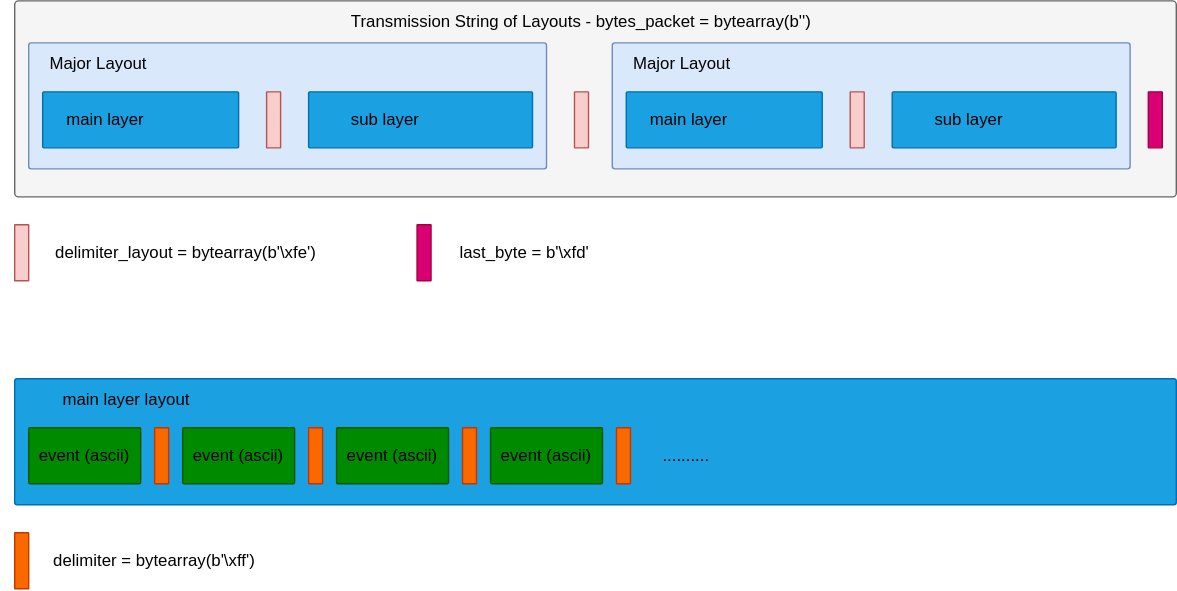
LYNXware/LYNXapp__version_3 keeps this draw.io diagram as readme/layout-transmition.svg. Above is the earlier version. Source tidied: cells renumbered, new cells last; positions are measured from the earlier drawing's top-left corner, leaving out a move shared by most shapes.
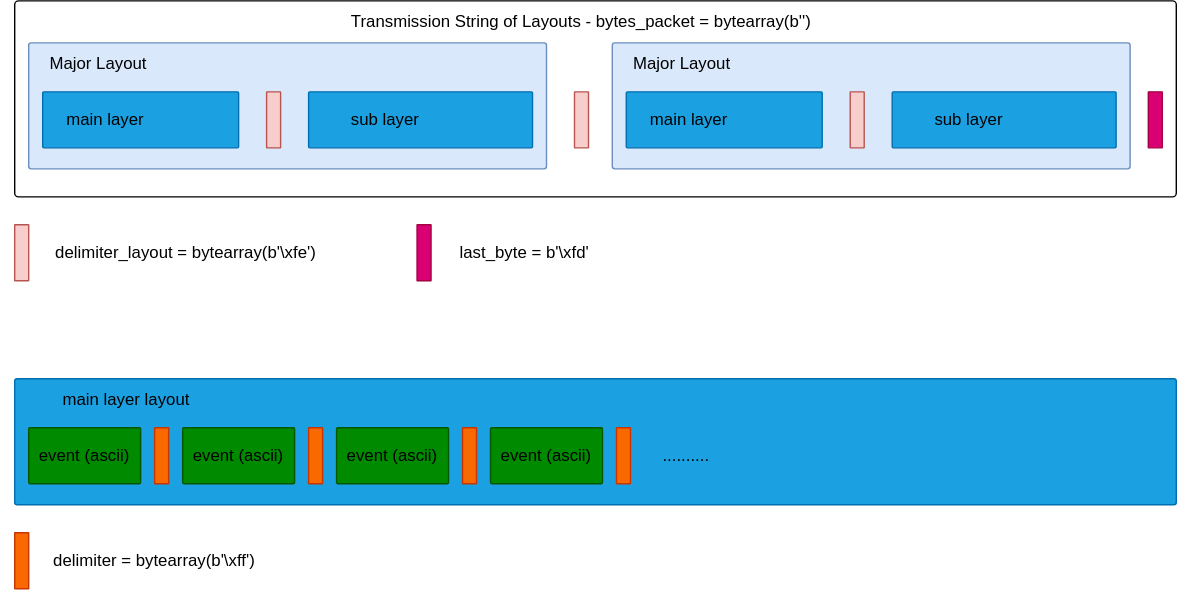
The same file after the commit.

Change to the diagram source:
```diff
@@ -2,7 +2,7 @@
   <root>
     <mxCell id="0" />
     <mxCell id="1" parent="0" />
-    <mxCell id="2" style="rounded=1;whiteSpace=wrap;html=1;arcSize=2;fillColor=#f5f5f5;fontColor=#333333;strokeColor=#666666;" parent="1" vertex="1">
+    <mxCell id="2" style="rounded=1;whiteSpace=wrap;html=1;arcSize=2;" parent="1" vertex="1">
       <mxGeometry x="10" width="830" height="140" as="geometry" />
     </mxCell>
     <mxCell id="3" value="Transmission String of Layouts -&amp;nbsp;bytes_packet = bytearray(b'')" style="text;html=1;align=center;verticalAlign=middle;whiteSpace=wrap;rounded=0;" parent="1" vertex="1">
```
